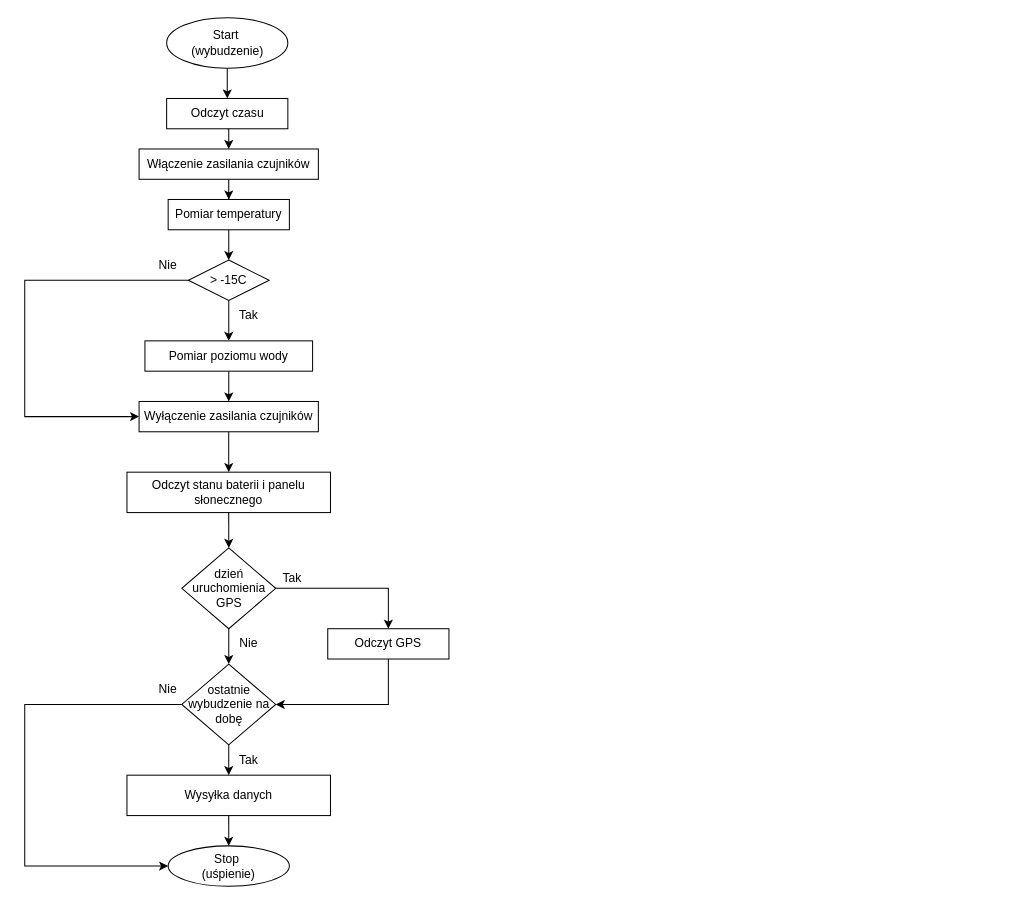
The draw.io diagram Diagram bez tytułu.drawio in meladxo/Studia__Projekty, before the edit. Source tidied: cells renumbered, new cells numbered last; positions are measured from the earlier drawing's top-left corner, leaving out a move shared by most shapes. Both pictures are drawn from the tidied source at 101%, with x=0, y=0 at pixel (24, 17).
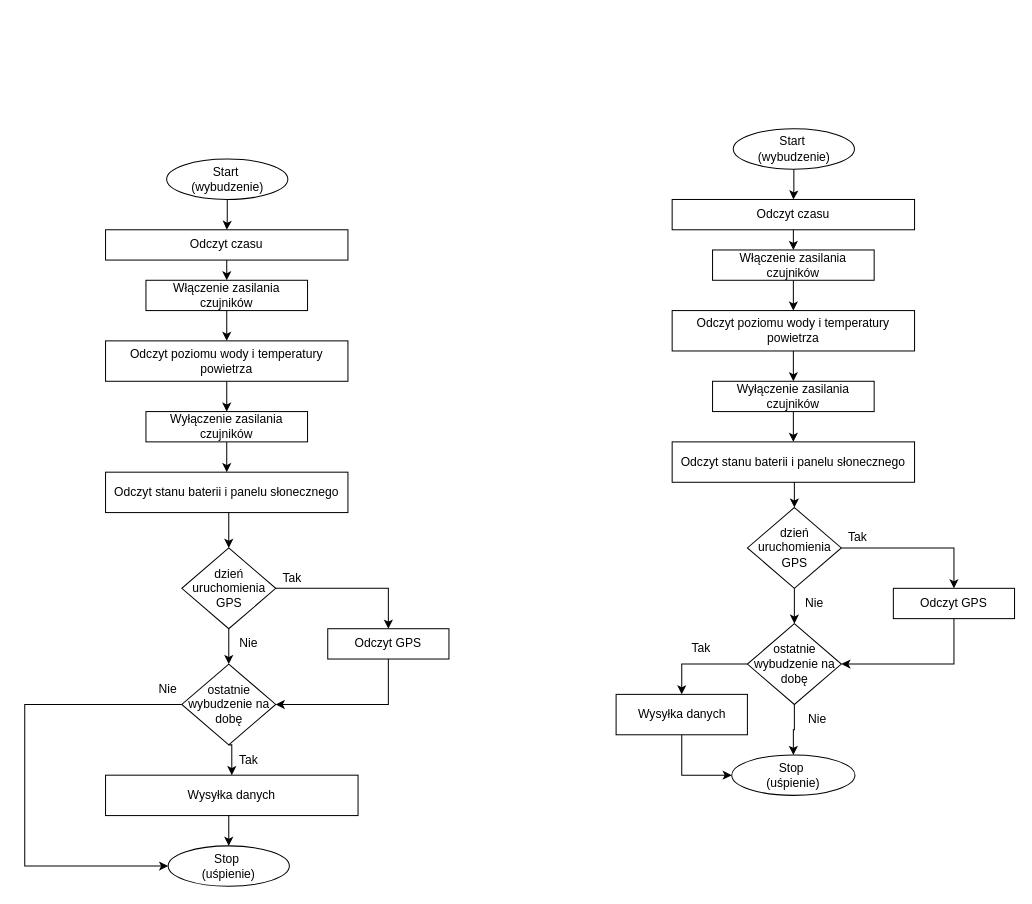
After the change.

What changed in the source:
```diff
@@
     <mxCell id="3" value="Start&amp;nbsp;&lt;div&gt;(wybudzenie)&lt;/div&gt;" style="ellipse;whiteSpace=wrap;html=1;" parent="1" vertex="1">
-      <mxGeometry x="140.5" width="120" height="50" as="geometry" />
+      <mxGeometry x="140.5" y="140" width="120" height="40" as="geometry" />
     </mxCell>
@@
     <mxCell id="6" value="Odczyt czasu" style="rounded=0;whiteSpace=wrap;html=1;" parent="1" vertex="1">
-      <mxGeometry x="140.5" y="80" width="120" height="30" as="geometry" />
+      <mxGeometry x="80" y="210" width="240" height="30" as="geometry" />
     </mxCell>
-    <mxCell id="7" style="edgeStyle=orthogonalEdgeStyle;rounded=0;jettySize=auto;html=1;exitX=0.5;exitY=1;exitDx=0;exitDy=0;" parent="1" edge="1" source="8" target="10">
+    <mxCell id="7" style="edgeStyle=orthogonalEdgeStyle;rounded=0;jettySize=auto;html=1;exitX=0.5;exitY=1;exitDx=0;exitDy=0;entryX=0.5;entryY=0;entryDx=0;entryDy=0;" parent="1" edge="1" source="8" target="17">
       <mxGeometry relative="1" as="geometry" />
     </mxCell>
     <mxCell id="8" value="Włączenie zasilania czujników" style="rounded=0;whiteSpace=wrap;html=1;" parent="1" vertex="1">
-      <mxGeometry x="113.2" y="130" width="177.5" height="30" as="geometry" />
+      <mxGeometry x="120" y="260" width="160" height="30" as="geometry" />
     </mxCell>
-    <mxCell id="9" style="edgeStyle=orthogonalEdgeStyle;rounded=0;jettySize=auto;html=1;exitX=0.5;exitY=1;exitDx=0;exitDy=0;entryX=0.5;entryY=0;entryDx=0;entryDy=0;" parent="1" edge="1" source="10" target="13">
-      <mxGeometry relative="1" as="geometry" />
-    </mxCell>
-    <mxCell id="10" value="Pomiar temperatury" style="rounded=0;whiteSpace=wrap;html=1;" parent="1" vertex="1">
-      <mxGeometry x="142" y="180" width="120" height="30" as="geometry" />
-    </mxCell>
-    <mxCell id="11" style="edgeStyle=orthogonalEdgeStyle;rounded=0;jettySize=auto;html=1;entryX=0;entryY=0.5;entryDx=0;entryDy=0;" parent="1" edge="1" source="13" target="15">
-      <mxGeometry relative="1" as="geometry">
-        <Array as="points">
-          <mxPoint y="260" />
-          <mxPoint y="395" />
-        </Array>
-      </mxGeometry>
-    </mxCell>
-    <mxCell id="12" style="edgeStyle=orthogonalEdgeStyle;rounded=0;jettySize=auto;html=1;exitX=0.5;exitY=1;exitDx=0;exitDy=0;entryX=0.5;entryY=0;entryDx=0;entryDy=0;" parent="1" edge="1" source="13" target="17">
-      <mxGeometry relative="1" as="geometry" />
-    </mxCell>
-    <mxCell id="13" value="&amp;gt; -15C" style="rhombus;whiteSpace=wrap;html=1;" parent="1" vertex="1">
-      <mxGeometry x="162" y="240" width="80" height="40" as="geometry" />
-    </mxCell>
@@
     <mxCell id="15" value="Wyłączenie zasilania czujników" style="rounded=0;whiteSpace=wrap;html=1;" parent="1" vertex="1">
-      <mxGeometry x="113.2" y="380" width="177.5" height="30" as="geometry" />
+      <mxGeometry x="120" y="390" width="160" height="30" as="geometry" />
     </mxCell>
@@
-    <mxCell id="17" value="Pomiar poziomu wody" style="rounded=0;whiteSpace=wrap;html=1;" parent="1" vertex="1">
-      <mxGeometry x="119" y="320" width="166" height="30" as="geometry" />
+    <mxCell id="17" value="Odczyt poziomu wody i temperatury powietrza" style="rounded=0;whiteSpace=wrap;html=1;" parent="1" vertex="1">
+      <mxGeometry x="80" y="320" width="240" height="40" as="geometry" />
     </mxCell>
@@
     <mxCell id="19" value="Odczyt stanu baterii i panelu słonecznego" style="whiteSpace=wrap;html=1;rounded=0;" parent="1" vertex="1">
-      <mxGeometry x="101.2" y="450" width="201.5" height="40" as="geometry" />
+      <mxGeometry x="80" y="450" width="240" height="40" as="geometry" />
     </mxCell>
@@
     <mxCell id="29" value="Wysyłka danych" style="whiteSpace=wrap;html=1;rounded=0;" parent="1" vertex="1">
-      <mxGeometry x="101.2" y="750" width="201.5" height="40" as="geometry" />
+      <mxGeometry x="80" y="750" width="250" height="40" as="geometry" />
     </mxCell>
-    <mxCell id="30" value="Nie" style="text;html=1;whiteSpace=wrap;strokeColor=none;fillColor=none;align=center;verticalAlign=middle;rounded=0;" parent="1" vertex="1">
-      <mxGeometry x="122" y="230" width="40" height="30" as="geometry" />
-    </mxCell>
-    <mxCell id="31" value="Tak" style="text;html=1;whiteSpace=wrap;strokeColor=none;fillColor=none;align=center;verticalAlign=middle;rounded=0;" parent="1" vertex="1">
-      <mxGeometry x="202" y="280" width="40" height="30" as="geometry" />
-    </mxCell>
@@
+    <mxCell id="36" style="edgeStyle=orthogonalEdgeStyle;rounded=0;jettySize=auto;html=1;entryX=0.5;entryY=0;entryDx=0;entryDy=0;" parent="1" edge="1" source="37" target="39">
+      <mxGeometry relative="1" as="geometry" />
+    </mxCell>
+    <mxCell id="37" value="Start&amp;nbsp;&lt;div&gt;(wybudzenie)&lt;/div&gt;" style="ellipse;whiteSpace=wrap;html=1;" parent="1" vertex="1">
+      <mxGeometry x="701.5" y="110" width="120" height="40" as="geometry" />
+    </mxCell>
+    <mxCell id="38" style="edgeStyle=orthogonalEdgeStyle;rounded=0;jettySize=auto;html=1;exitX=0.5;exitY=1;exitDx=0;exitDy=0;entryX=0.5;entryY=0;entryDx=0;entryDy=0;" parent="1" edge="1" source="39" target="41">
+      <mxGeometry relative="1" as="geometry" />
+    </mxCell>
+    <mxCell id="39" value="Odczyt czasu" style="rounded=0;whiteSpace=wrap;html=1;" parent="1" vertex="1">
+      <mxGeometry x="641" y="180" width="240" height="30" as="geometry" />
+    </mxCell>
+    <mxCell id="40" style="edgeStyle=orthogonalEdgeStyle;rounded=0;jettySize=auto;html=1;exitX=0.5;exitY=1;exitDx=0;exitDy=0;entryX=0.5;entryY=0;entryDx=0;entryDy=0;" parent="1" edge="1" source="41" target="45">
+      <mxGeometry relative="1" as="geometry" />
+    </mxCell>
+    <mxCell id="41" value="Włączenie zasilania czujników" style="rounded=0;whiteSpace=wrap;html=1;" parent="1" vertex="1">
+      <mxGeometry x="681" y="230" width="160" height="30" as="geometry" />
+    </mxCell>
+    <mxCell id="42" style="edgeStyle=orthogonalEdgeStyle;rounded=0;jettySize=auto;html=1;" parent="1" edge="1" source="43" target="47">
+      <mxGeometry relative="1" as="geometry" />
+    </mxCell>
+    <mxCell id="43" value="Wyłączenie zasilania czujników" style="rounded=0;whiteSpace=wrap;html=1;" parent="1" vertex="1">
+      <mxGeometry x="681" y="360" width="160" height="30" as="geometry" />
+    </mxCell>
+    <mxCell id="44" style="edgeStyle=orthogonalEdgeStyle;rounded=0;jettySize=auto;html=1;exitX=0.5;exitY=1;exitDx=0;exitDy=0;" parent="1" edge="1" source="45" target="43">
+      <mxGeometry relative="1" as="geometry" />
+    </mxCell>
+    <mxCell id="45" value="Odczyt poziomu wody i temperatury powietrza" style="rounded=0;whiteSpace=wrap;html=1;" parent="1" vertex="1">
+      <mxGeometry x="641" y="290" width="240" height="40" as="geometry" />
+    </mxCell>
+    <mxCell id="46" style="edgeStyle=orthogonalEdgeStyle;rounded=0;jettySize=auto;html=1;exitX=0.5;exitY=1;exitDx=0;exitDy=0;entryX=0.5;entryY=0;entryDx=0;entryDy=0;" parent="1" edge="1" source="47" target="50">
+      <mxGeometry relative="1" as="geometry" />
+    </mxCell>
+    <mxCell id="47" value="Odczyt stanu baterii i panelu słonecznego" style="whiteSpace=wrap;html=1;rounded=0;" parent="1" vertex="1">
+      <mxGeometry x="641" y="420" width="240" height="40" as="geometry" />
+    </mxCell>
+    <mxCell id="48" style="edgeStyle=orthogonalEdgeStyle;rounded=0;jettySize=auto;html=1;exitX=1;exitY=0.5;exitDx=0;exitDy=0;entryX=0.5;entryY=0;entryDx=0;entryDy=0;" parent="1" edge="1" source="50" target="52">
+      <mxGeometry relative="1" as="geometry" />
+    </mxCell>
+    <mxCell id="49" style="edgeStyle=orthogonalEdgeStyle;rounded=0;jettySize=auto;html=1;exitX=0.5;exitY=1;exitDx=0;exitDy=0;entryX=0.5;entryY=0;entryDx=0;entryDy=0;" parent="1" edge="1" source="50" target="54">
+      <mxGeometry relative="1" as="geometry" />
+    </mxCell>
+    <mxCell id="50" value="dzień uruchomienia GPS" style="rhombus;whiteSpace=wrap;html=1;" parent="1" vertex="1">
+      <mxGeometry x="715.5" y="485" width="93" height="80" as="geometry" />
+    </mxCell>
+    <mxCell id="51" style="edgeStyle=orthogonalEdgeStyle;rounded=0;jettySize=auto;html=1;exitX=0.5;exitY=1;exitDx=0;exitDy=0;entryX=1;entryY=0.5;entryDx=0;entryDy=0;" parent="1" edge="1" source="52" target="54">
+      <mxGeometry relative="1" as="geometry" />
+    </mxCell>
+    <mxCell id="52" value="Odczyt GPS" style="rounded=0;whiteSpace=wrap;html=1;" parent="1" vertex="1">
+      <mxGeometry x="860" y="565" width="120" height="30" as="geometry" />
+    </mxCell>
+    <mxCell id="53" style="edgeStyle=orthogonalEdgeStyle;rounded=0;jettySize=auto;html=1;entryX=0.5;entryY=0;entryDx=0;entryDy=0;exitX=0;exitY=0.5;exitDx=0;exitDy=0;" parent="1" edge="1" source="54" target="56">
+      <mxGeometry relative="1" as="geometry" />
+    </mxCell>
+    <mxCell id="54" value="ostatnie wybudzenie na dobę" style="rhombus;whiteSpace=wrap;html=1;" parent="1" vertex="1">
+      <mxGeometry x="715.5" y="600" width="93" height="80" as="geometry" />
+    </mxCell>
+    <mxCell id="55" style="edgeStyle=orthogonalEdgeStyle;rounded=0;jettySize=auto;html=1;entryX=0;entryY=0.5;entryDx=0;entryDy=0;" parent="1" edge="1" source="56" target="62">
+      <mxGeometry relative="1" as="geometry" />
+    </mxCell>
+    <mxCell id="56" value="Wysyłka danych" style="whiteSpace=wrap;html=1;rounded=0;" parent="1" vertex="1">
+      <mxGeometry x="585.5" y="670" width="130" height="40" as="geometry" />
+    </mxCell>
+    <mxCell id="57" value="Tak" style="text;html=1;whiteSpace=wrap;strokeColor=none;fillColor=none;align=center;verticalAlign=middle;rounded=0;" parent="1" vertex="1">
+      <mxGeometry x="805" y="500" width="40" height="30" as="geometry" />
+    </mxCell>
+    <mxCell id="58" value="Nie" style="text;html=1;whiteSpace=wrap;strokeColor=none;fillColor=none;align=center;verticalAlign=middle;rounded=0;" parent="1" vertex="1">
+      <mxGeometry x="762" y="565" width="40" height="30" as="geometry" />
+    </mxCell>
+    <mxCell id="59" value="Nie" style="text;html=1;whiteSpace=wrap;strokeColor=none;fillColor=none;align=center;verticalAlign=middle;rounded=0;" parent="1" vertex="1">
+      <mxGeometry x="765" y="680" width="40" height="30" as="geometry" />
+    </mxCell>
+    <mxCell id="60" value="Tak" style="text;html=1;whiteSpace=wrap;strokeColor=none;fillColor=none;align=center;verticalAlign=middle;rounded=0;" parent="1" vertex="1">
+      <mxGeometry x="650" y="610" width="40" height="30" as="geometry" />
+    </mxCell>
+    <mxCell id="61" style="edgeStyle=orthogonalEdgeStyle;rounded=0;jettySize=auto;html=1;" parent="1" edge="1" source="54" target="62">
+      <mxGeometry relative="1" as="geometry" />
+    </mxCell>
+    <mxCell id="62" value="Stop&amp;nbsp;&lt;div&gt;(uśpienie)&lt;/div&gt;" style="ellipse;whiteSpace=wrap;html=1;" parent="1" vertex="1">
+      <mxGeometry x="700" y="730" width="122" height="40" as="geometry" />
+    </mxCell>
```
